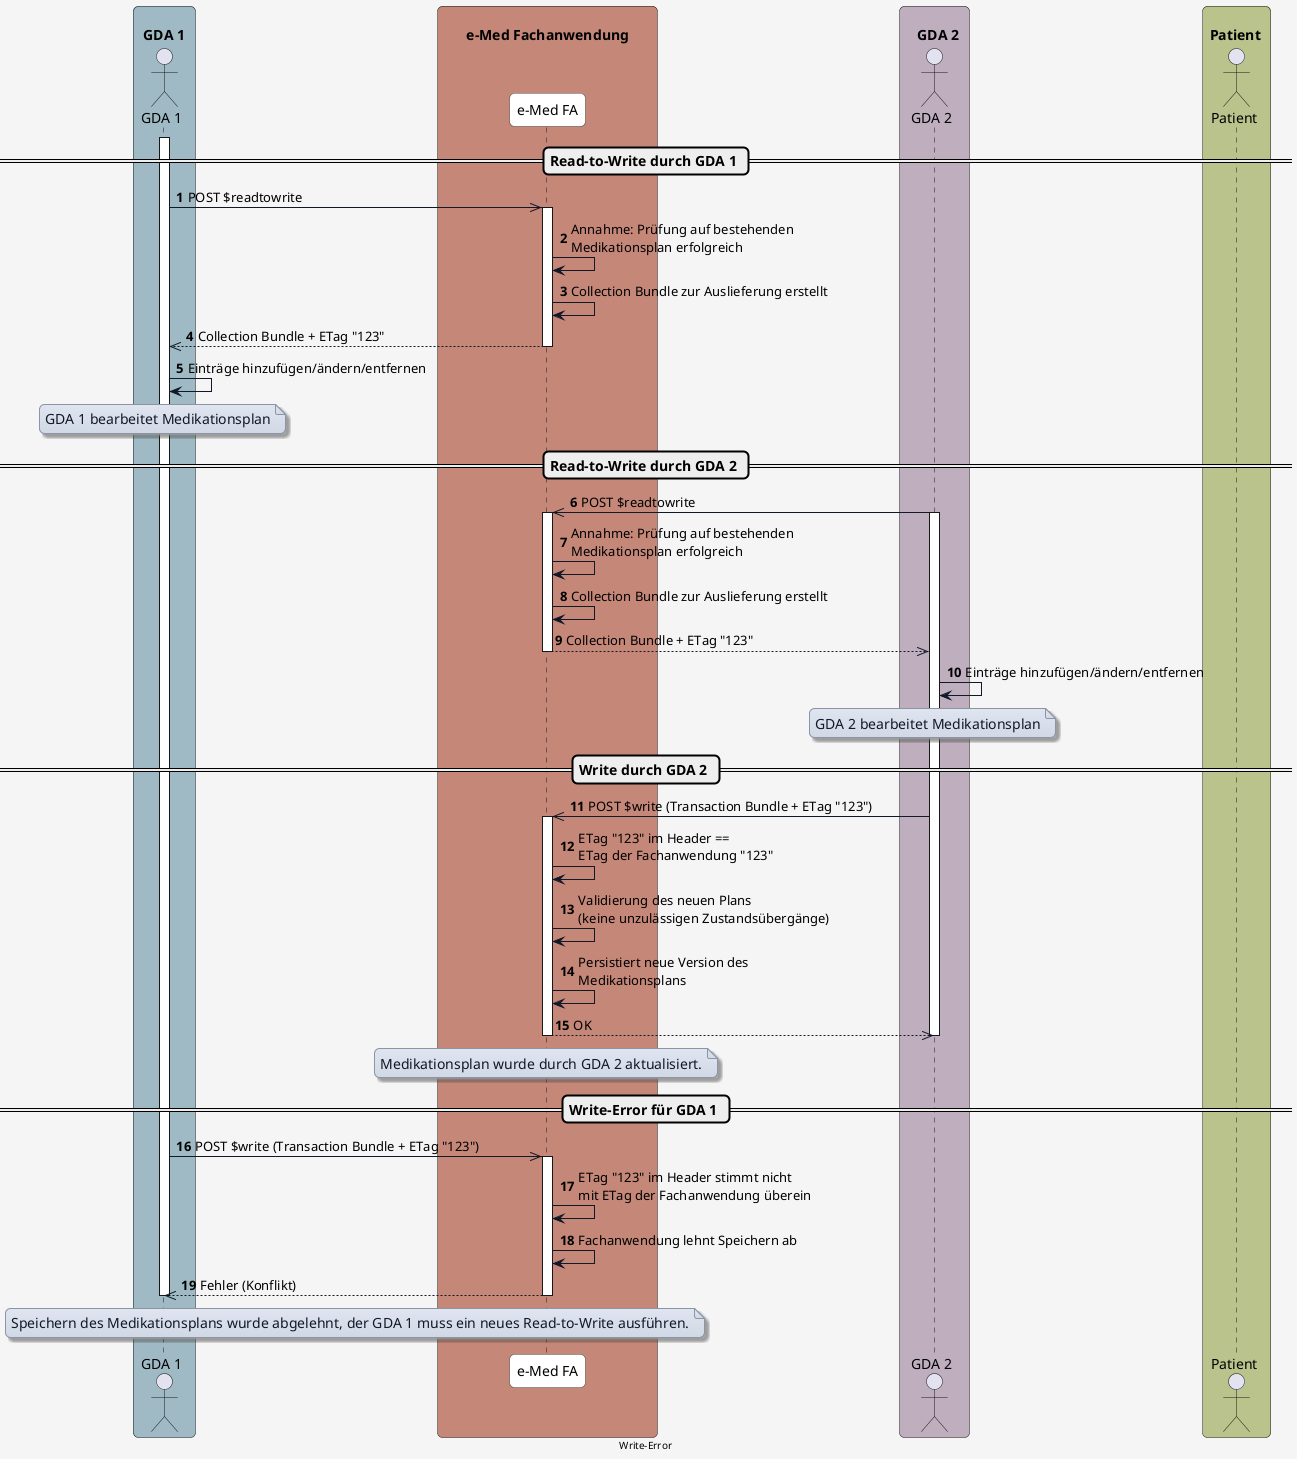
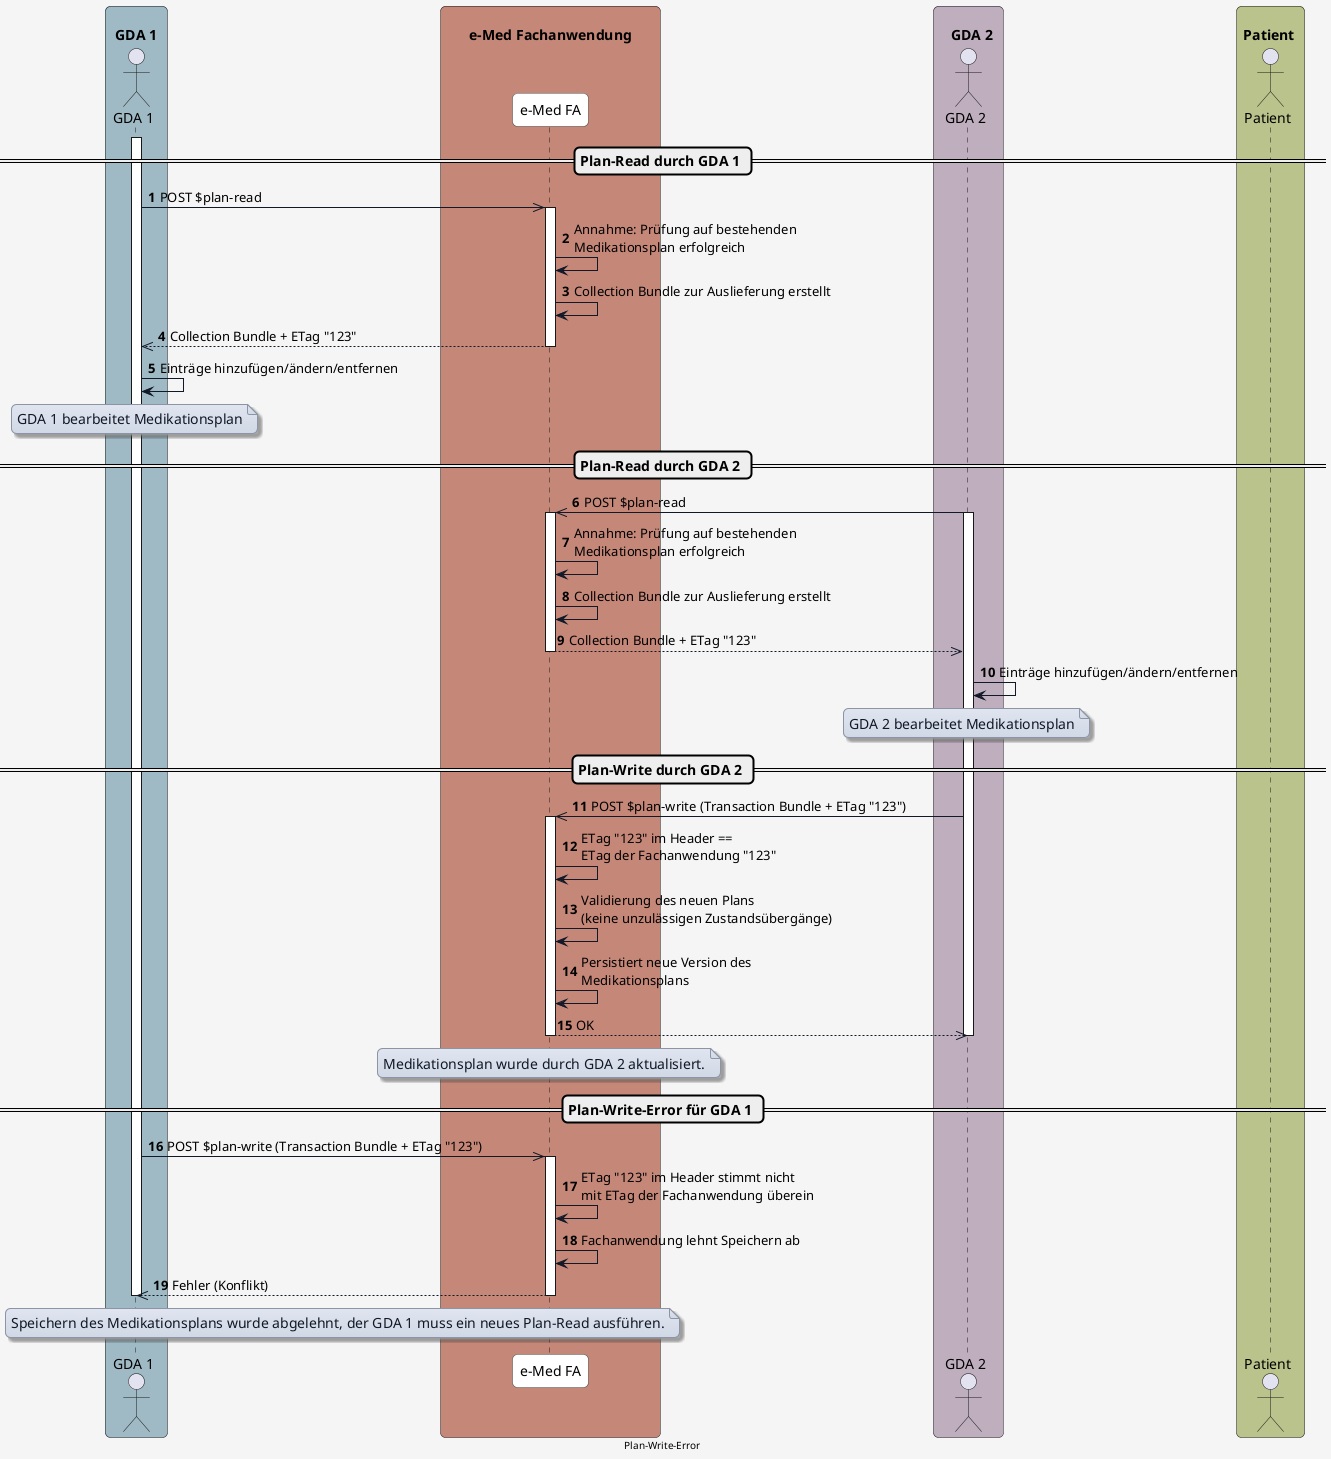
@startuml
skinparam borderColor #000000
skinparam backgroundColor #f5f5f5
skinparam shadowing false
skinparam roundCorner 10
skinparam defaultFontName "Arial"
skinparam defaultFontSize 14
skinparam defaultFontColor #000000

skinparam note {
  BackgroundColor #e0e5f0-#d1d9e6
  BorderColor #8b95a5
  BorderThickness 1
  RoundCorner 8
  Padding 6
  FontColor #111827
  Shadowing true
}

skinparam HyperlinkColor #0000EE
skinparam HyperlinkUnderline false

skinparam sequence {
  ParticipantBorderColor #555555
  ParticipantBackgroundColor #ffffff
  ParticipantFontColor #000000
  ParticipantFontSize 14
  ParticipantPadding 20
  ArrowColor #111827
  ArrowThickness 1
  ArrowFontColor #000000
  ArrowFontSize 13
  GroupBorderColor #111827
  GroupBackgroundColor #eef2ff
  GroupBorderThickness 2
}

skinparam BoxPadding 20
skinparam BoxBorderColor #555555

box "\n  GDA 1  " #9fbac4
  actor GDA_1 as "GDA 1"
end box

box "\n       e-Med Fachanwendung       " #C48778
  participant eMed_FA as "e-Med FA"
end box

box "\n    GDA 2  " #beaebe
  actor GDA_2 as "GDA 2"
end box

box "\n Patient  " #bac38b
  actor Patient as "Patient"
end box


autonumber


- == Read-to-Write durch GDA 1 ==
+ == Plan-Read durch GDA 1 ==
activate GDA_1
- GDA_1 ->> eMed_FA: POST $readtowrite
+ GDA_1 ->> eMed_FA: POST $plan-read

activate eMed_FA
eMed_FA -> eMed_FA: Annahme: Prüfung auf bestehenden\nMedikationsplan erfolgreich
eMed_FA -> eMed_FA: Collection Bundle zur Auslieferung erstellt

eMed_FA -->> GDA_1: Collection Bundle + ETag "123"
deactivate eMed_FA

GDA_1 -> GDA_1: Einträge hinzufügen/ändern/entfernen

note over GDA_1
GDA 1 bearbeitet Medikationsplan
end note

- == Read-to-Write durch GDA 2 ==
+ == Plan-Read durch GDA 2 ==

- GDA_2 ->> eMed_FA: POST $readtowrite
+ GDA_2 ->> eMed_FA: POST $plan-read
activate GDA_2

activate eMed_FA
eMed_FA -> eMed_FA: Annahme: Prüfung auf bestehenden\nMedikationsplan erfolgreich
eMed_FA -> eMed_FA: Collection Bundle zur Auslieferung erstellt

eMed_FA -->> GDA_2: Collection Bundle + ETag "123"
deactivate eMed_FA

GDA_2 -> GDA_2: Einträge hinzufügen/ändern/entfernen

note over GDA_2
GDA 2 bearbeitet Medikationsplan
end note

- == Write durch GDA 2 ==
+ == Plan-Write durch GDA 2 ==

- GDA_2 ->> eMed_FA: POST $write (Transaction Bundle + ETag "123")
+ GDA_2 ->> eMed_FA: POST $plan-write (Transaction Bundle + ETag "123")

activate eMed_FA
eMed_FA -> eMed_FA: ETag "123" im Header ==\nETag der Fachanwendung "123"
eMed_FA -> eMed_FA: Validierung des neuen Plans\n(keine unzulässigen Zustandsübergänge)
eMed_FA -> eMed_FA: Persistiert neue Version des\nMedikationsplans
eMed_FA -->> GDA_2: OK
deactivate GDA_2

note over eMed_FA
Medikationsplan wurde durch GDA 2 aktualisiert.
end note

deactivate eMed_FA

- == Write-Error für GDA 1 ==
+ == Plan-Write-Error für GDA 1 ==

- GDA_1 ->> eMed_FA: POST $write (Transaction Bundle + ETag "123")
+ GDA_1 ->> eMed_FA: POST $plan-write (Transaction Bundle + ETag "123")

activate eMed_FA
eMed_FA -> eMed_FA: ETag "123" im Header stimmt nicht\nmit ETag der Fachanwendung überein
eMed_FA -> eMed_FA: Fachanwendung lehnt Speichern ab
eMed_FA -->> GDA_1: Fehler (Konflikt)
deactivate GDA_1
note over eMed_FA, GDA_1
- Speichern des Medikationsplans wurde abgelehnt, der GDA 1 muss ein neues Read-to-Write ausführen.
+ Speichern des Medikationsplans wurde abgelehnt, der GDA 1 muss ein neues Plan-Read ausführen.
end note

deactivate eMed_FA

- center footer Write-Error
+ center footer Plan-Write-Error

@enduml